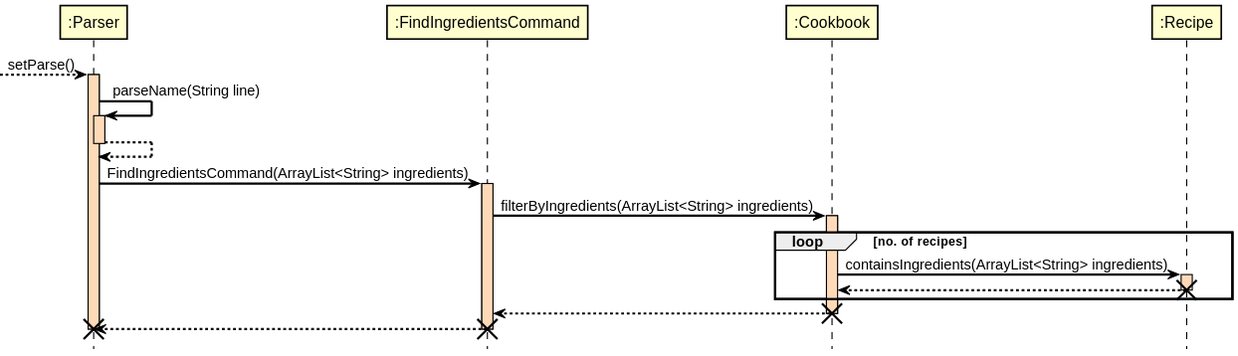
Earlier version of the PlantUML export docs/RenderedUML/Find.svg (nus-cs2113-AY2122S1/tp).
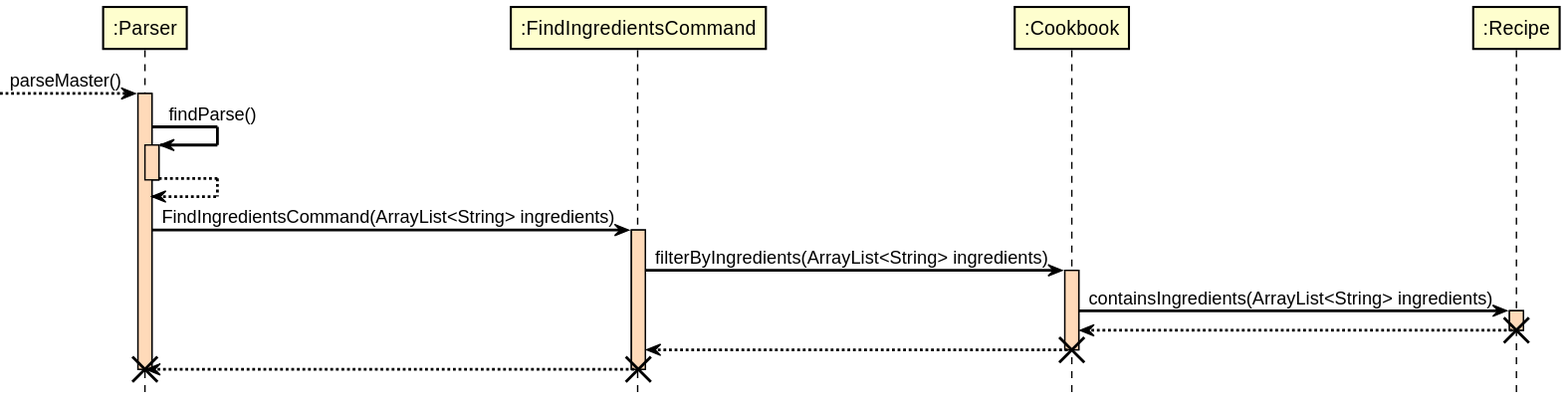
Later version of the same file.

The edit, as a diff of the source:
```diff
@@ -11,10 +11,10 @@
 
 skinparam sequenceArrowColor black
 
---> ":Parser": setParse()
+--> ":Parser": parseMaster()
 activate ":Parser"
 
-":Parser" -> ":Parser": parseName(String line)
+":Parser" -> ":Parser": findParse()
 activate ":Parser"
 
 ":Parser" --> ":Parser"
@@ -26,13 +26,11 @@
 ":FindIngredientsCommand" -> ":Cookbook" : filterByIngredients(ArrayList<String> ingredients)
 activate ":Cookbook"
 
-loop no. of recipes
 ":Cookbook" -> ":Recipe": containsIngredients(ArrayList<String> ingredients)
 activate ":Recipe"
 
 ":Recipe" --> ":Cookbook"
 destroy ":Recipe"
-end
 
 ":Cookbook" --> ":FindIngredientsCommand"
 destroy ":Cookbook"
```
